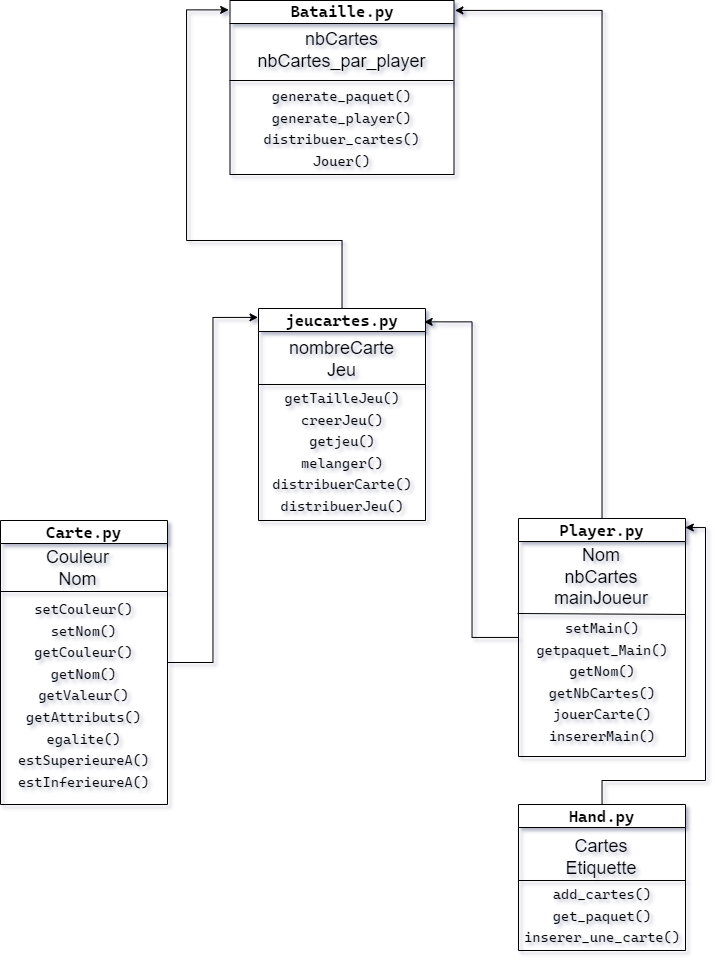
Earlier version of the draw.io export Projet_OOP_Bataille_diagram.png (4strium/Projet_Bataille_OOP). Source tidied: cells renumbered, new cells last; positions are measured from the earlier drawing's top-left corner, leaving out a move shared by most shapes.
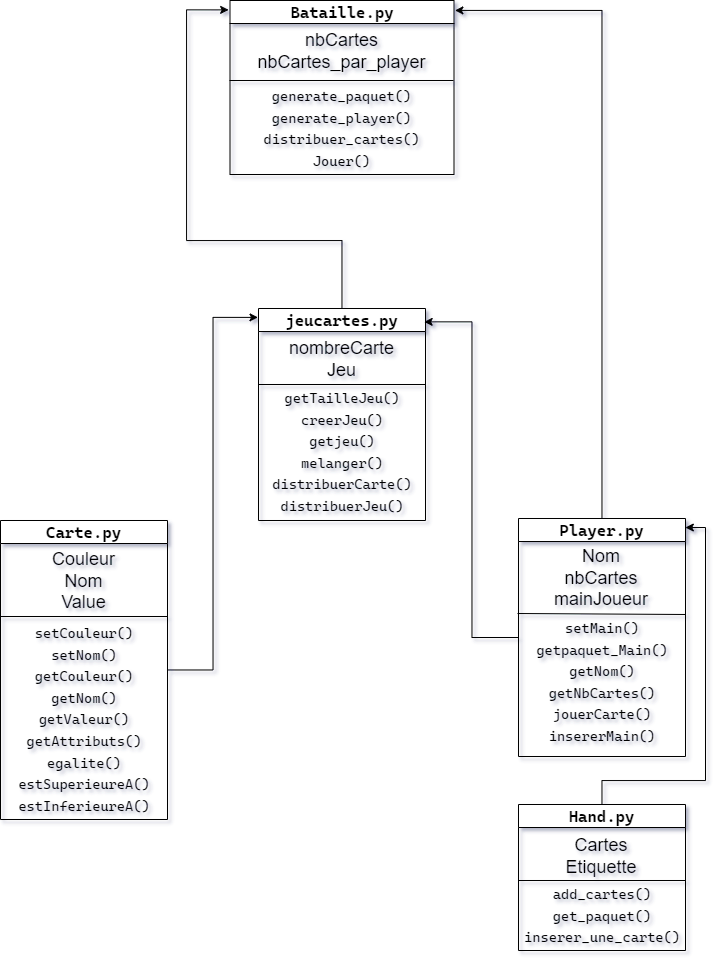
Above is the later version.

The edit, as a diff of the source:
```diff
@@ -6,16 +6,19 @@
       <mxGeometry relative="1" as="geometry" />
     </mxCell>
     <mxCell id="3" value="&lt;font face=&quot;Cascadia Code&quot; style=&quot;font-size: 16px;&quot;&gt;Carte.py&lt;/font&gt;" style="swimlane;whiteSpace=wrap;html=1;" parent="1" vertex="1">
-      <mxGeometry y="520" width="167" height="284" as="geometry" />
+      <mxGeometry y="520" width="167" height="299" as="geometry" />
     </mxCell>
-    <mxCell id="4" value="&lt;font style=&quot;font-size: 18px;&quot;&gt;Couleur&lt;br&gt;Nom&lt;/font&gt;" style="text;html=1;strokeColor=none;fillColor=none;align=center;verticalAlign=middle;whiteSpace=wrap;rounded=0;" parent="3" vertex="1">
-      <mxGeometry x="39.8" y="26" width="74.5" height="43" as="geometry" />
+    <mxCell id="4" value="&lt;font style=&quot;font-size: 18px;&quot;&gt;Couleur&lt;br&gt;Nom&lt;br&gt;Value&lt;br&gt;&lt;/font&gt;" style="text;html=1;strokeColor=none;fillColor=none;align=center;verticalAlign=middle;whiteSpace=wrap;rounded=0;" parent="3" vertex="1">
+      <mxGeometry x="46.2" y="30" width="74.5" height="62" as="geometry" />
     </mxCell>
     <mxCell id="5" value="&lt;font style=&quot;font-size: 14px;&quot; face=&quot;Cascadia Code&quot;&gt;&lt;font style=&quot;font-size: 14px;&quot;&gt;setCouleur()&lt;br&gt;&lt;/font&gt;setNom()&lt;br&gt;getCouleur()&lt;br&gt;&lt;/font&gt;&lt;font style=&quot;font-size: 14px;&quot; face=&quot;Cascadia Code&quot;&gt;getNom()&lt;br&gt;getValeur()&lt;br&gt;getAttributs()&lt;br&gt;egalite()&lt;br&gt;estSuperieureA()&lt;br&gt;estInferieureA()&lt;br&gt;&lt;/font&gt;" style="text;html=1;strokeColor=none;fillColor=none;align=center;verticalAlign=top;whiteSpace=wrap;rounded=0;fontSize=18;spacing=2;" parent="3" vertex="1">
-      <mxGeometry x="28.9" y="71" width="109.2" height="202.3" as="geometry" />
+      <mxGeometry x="36.7" y="95" width="93.6" height="173.3" as="geometry" />
     </mxCell>
-    <mxCell id="6" style="endArrow=none;html=1;rounded=0;fontSize=18;exitX=0;exitY=0.25;exitDx=0;exitDy=0;entryX=1;entryY=0.25;entryDx=0;entryDy=0;" parent="1" edge="1" source="3" target="3">
-      <mxGeometry relative="1" as="geometry" />
+    <mxCell id="6" style="endArrow=none;html=1;rounded=0;fontSize=18;" parent="3" edge="1">
+      <mxGeometry relative="1" as="geometry">
+        <mxPoint y="96" as="sourcePoint" />
+        <mxPoint x="167" y="96" as="targetPoint" />
+      </mxGeometry>
     </mxCell>
     <mxCell id="7" style="edgeStyle=orthogonalEdgeStyle;rounded=0;jettySize=auto;html=1;entryX=-0.006;entryY=0.054;entryDx=0;entryDy=0;entryPerimeter=0;fontSize=14;" parent="1" edge="1" source="8" target="23">
       <mxGeometry relative="1" as="geometry">
```
